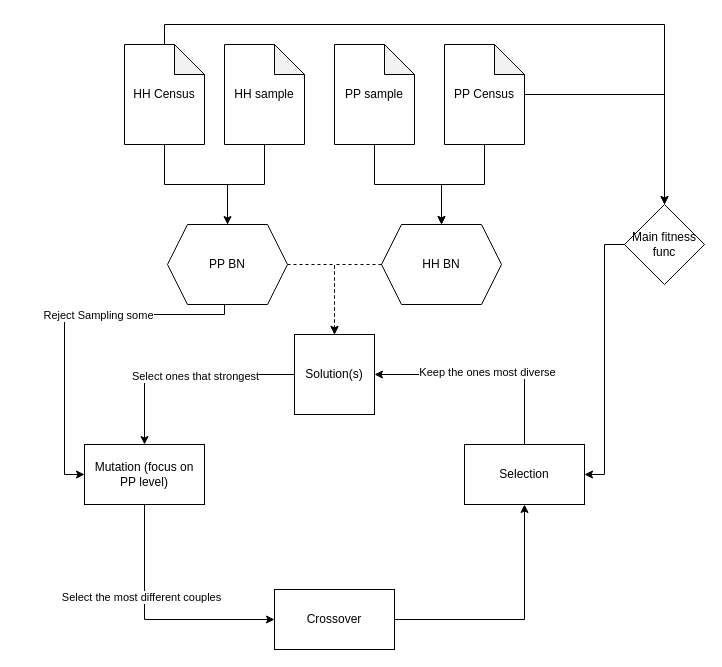
Earlier version of the draw.io diagram PopSynthesis/Methods/BN/GP/system2BN-EA.drawio (bobkatla/PopSyn_Monash). Source tidied: cells renumbered, new cells numbered last; positions are measured from the earlier drawing's top-left corner, leaving out a move shared by most shapes. Both pictures are drawn from the tidied source at 100%, with x=0, y=0 at pixel (64, 24).
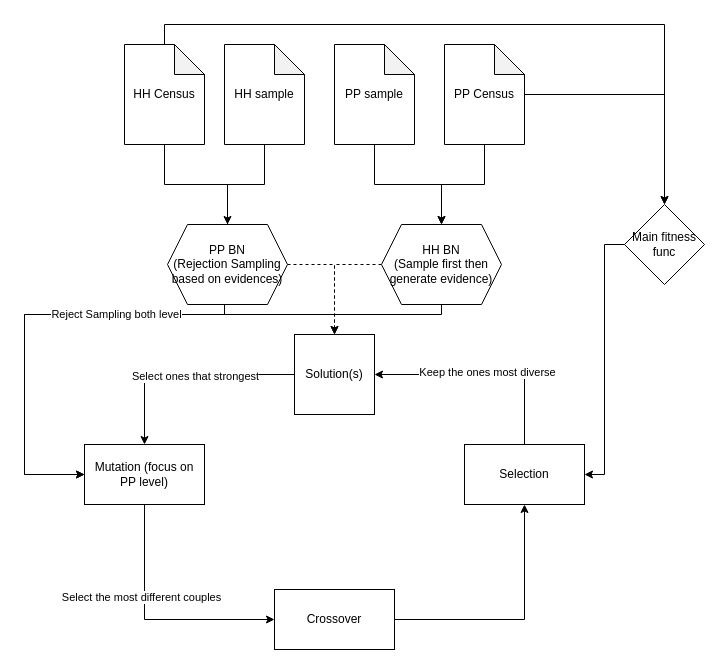
Above is the later version.

Unchanged cells that the change refers to:
```xml
<mxCell id="23" value="Mutation (focus on PP level)" style="rounded=0;whiteSpace=wrap;html=1;" parent="1" vertex="1">
  <mxGeometry x="20" y="420" width="120" height="60" as="geometry" />
</mxCell>
```

The edit, as a diff of the source:
```diff
@@
     <mxCell id="13" style="edgeStyle=orthogonalEdgeStyle;rounded=0;jettySize=auto;html=1;entryX=0;entryY=0.5;entryDx=0;entryDy=0;" parent="1" edge="1" source="15" target="23">
       <mxGeometry relative="1" as="geometry">
         <Array as="points">
           <mxPoint x="160" y="290" />
-          <mxPoint y="290" />
-          <mxPoint y="450" />
+          <mxPoint x="-40" y="290" />
+          <mxPoint x="-40" y="450" />
         </Array>
       </mxGeometry>
     </mxCell>
-    <mxCell id="14" value="Reject Sampling some" style="edgeLabel;html=1;align=center;verticalAlign=middle;" parent="13" vertex="1">
-      <mxGeometry x="-0.22" relative="1" as="geometry" />
-    </mxCell>
-    <mxCell id="15" value="PP BN" style="shape=hexagon;perimeter=hexagonPerimeter2;whiteSpace=wrap;html=1;fixedSize=1;" parent="1" vertex="1">
+    <mxCell id="15" value="PP BN&lt;br&gt;(Rejection Sampling based on evidences)" style="shape=hexagon;perimeter=hexagonPerimeter2;whiteSpace=wrap;html=1;fixedSize=1;" parent="1" vertex="1">
       <mxGeometry x="103" y="200" width="120" height="80" as="geometry" />
     </mxCell>
@@
+    <mxCell id="31" style="edgeStyle=orthogonalEdgeStyle;rounded=0;jettySize=auto;html=1;entryX=0;entryY=0.5;entryDx=0;entryDy=0;" parent="1" edge="1" source="17" target="23">
+      <mxGeometry relative="1" as="geometry">
+        <Array as="points">
+          <mxPoint x="377" y="290" />
+          <mxPoint x="-40" y="290" />
+          <mxPoint x="-40" y="450" />
+        </Array>
+      </mxGeometry>
+    </mxCell>
+    <mxCell id="32" value="Reject Sampling both level" style="edgeLabel;html=1;align=center;verticalAlign=middle;" parent="31" vertex="1">
+      <mxGeometry x="0.04" y="-1" relative="1" as="geometry" />
+    </mxCell>
-    <mxCell id="17" value="HH BN" style="shape=hexagon;perimeter=hexagonPerimeter2;whiteSpace=wrap;html=1;fixedSize=1;" parent="1" vertex="1">
+    <mxCell id="17" value="HH BN&lt;br&gt;(Sample first then generate evidence)" style="shape=hexagon;perimeter=hexagonPerimeter2;whiteSpace=wrap;html=1;fixedSize=1;" parent="1" vertex="1">
       <mxGeometry x="317" y="200" width="120" height="80" as="geometry" />
     </mxCell>
```
